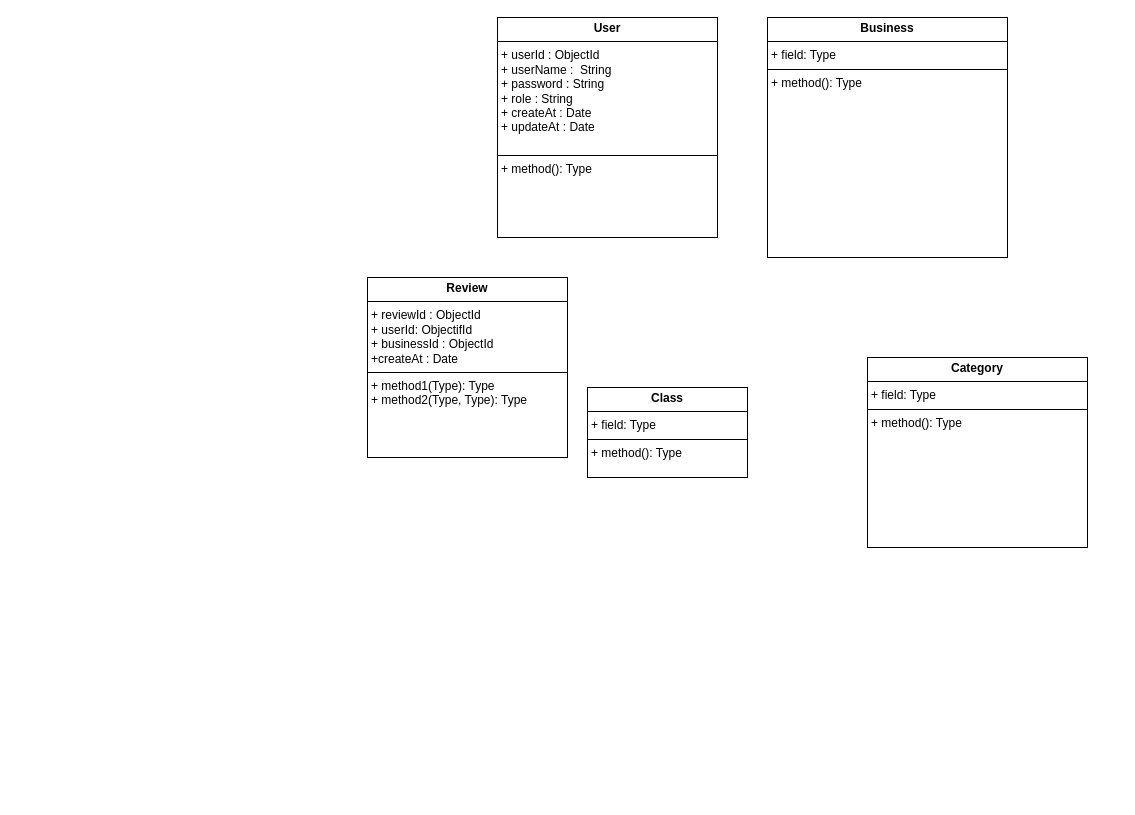
Before: Diagramme sans nom.drawio in Rahma3-sys/Searchgi, a draw.io diagram. Source tidied: cells renumbered, new cells numbered last; positions are measured from the earlier drawing's top-left corner, leaving out a move shared by most shapes. Both pictures are drawn from the tidied source at 100%, with x=0, y=0 at pixel (367, 17).
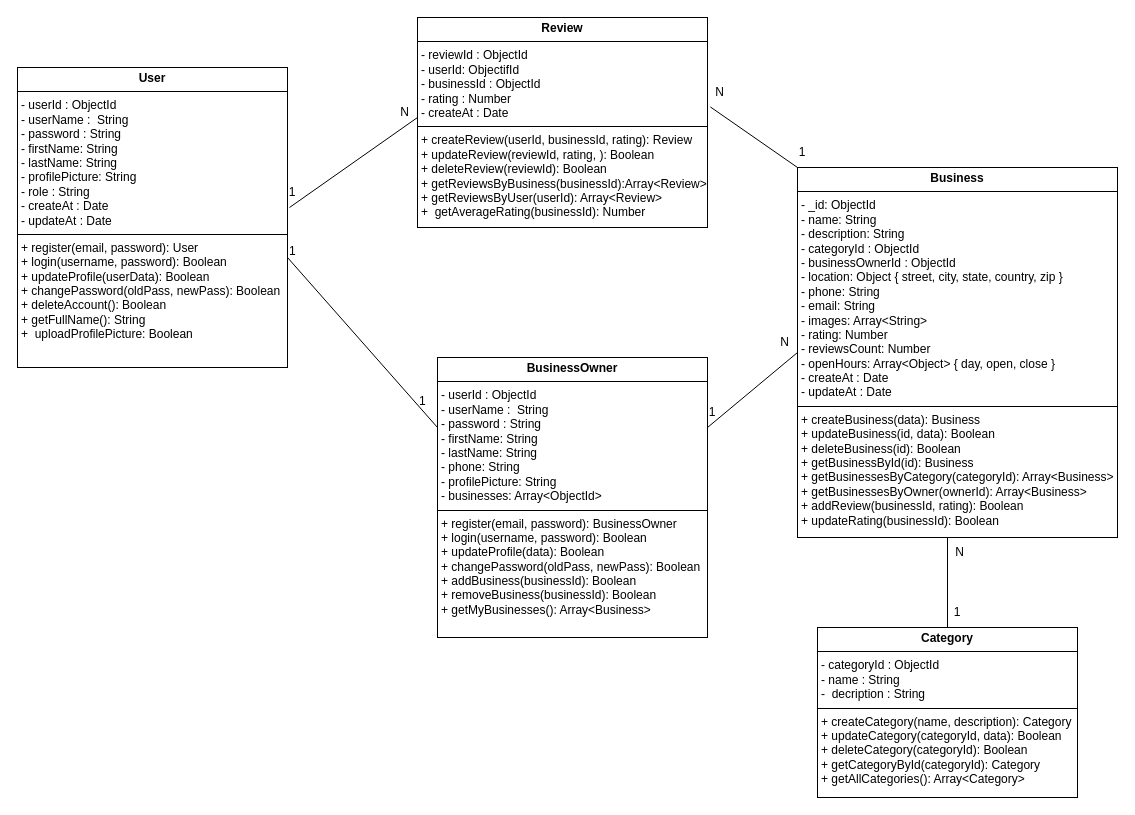
After the change.

What changed in the source:
```diff
@@
-    <mxCell id="2" value="&lt;p style=&quot;margin:0px;margin-top:4px;text-align:center;&quot;&gt;&lt;b&gt;Review&lt;/b&gt;&lt;/p&gt;&lt;hr size=&quot;1&quot; style=&quot;border-style:solid;&quot;&gt;&lt;p style=&quot;margin:0px;margin-left:4px;&quot;&gt;+ reviewId : ObjectId&lt;br&gt;+ userId:&amp;nbsp;&lt;span style=&quot;background-color: transparent; color: light-dark(rgb(0, 0, 0), rgb(255, 255, 255));&quot;&gt;ObjectifId&lt;/span&gt;&lt;/p&gt;&lt;p style=&quot;margin:0px;margin-left:4px;&quot;&gt;+ businessId : ObjectId&lt;/p&gt;&lt;p style=&quot;margin:0px;margin-left:4px;&quot;&gt;+createAt : Date&lt;/p&gt;&lt;hr size=&quot;1&quot; style=&quot;border-style:solid;&quot;&gt;&lt;p style=&quot;margin:0px;margin-left:4px;&quot;&gt;+ method1(Type): Type&lt;br&gt;+ method2(Type, Type): Type&lt;/p&gt;" style="verticalAlign=top;align=left;overflow=fill;html=1;whiteSpace=wrap;" parent="1" vertex="1">
-      <mxGeometry y="260" width="200" height="180" as="geometry" />
+    <mxCell id="2" value="&lt;p style=&quot;margin:0px;margin-top:4px;text-align:center;&quot;&gt;&lt;b&gt;Review&lt;/b&gt;&lt;/p&gt;&lt;hr size=&quot;1&quot; style=&quot;border-style:solid;&quot;&gt;&lt;p style=&quot;margin:0px;margin-left:4px;&quot;&gt;- reviewId : ObjectId&lt;br&gt;- userId:&amp;nbsp;&lt;span style=&quot;background-color: transparent; color: light-dark(rgb(0, 0, 0), rgb(255, 255, 255));&quot;&gt;ObjectifId&lt;/span&gt;&lt;/p&gt;&lt;p style=&quot;margin:0px;margin-left:4px;&quot;&gt;- businessId : ObjectId&lt;/p&gt;&lt;p style=&quot;margin:0px;margin-left:4px;&quot;&gt;- rating : Number&lt;/p&gt;&lt;p style=&quot;margin:0px;margin-left:4px;&quot;&gt;- createAt : Date&lt;/p&gt;&lt;hr size=&quot;1&quot; style=&quot;border-style:solid;&quot;&gt;&lt;p style=&quot;margin:0px;margin-left:4px;&quot;&gt;+&amp;nbsp;createReview(userId, businessId, rating): Review&lt;br&gt;+&amp;nbsp;updateReview(reviewId, rating, ): Boolean&lt;/p&gt;&lt;p style=&quot;margin:0px;margin-left:4px;&quot;&gt;+&amp;nbsp;deleteReview(reviewId): Boolean&amp;nbsp;&lt;/p&gt;&lt;p style=&quot;margin:0px;margin-left:4px;&quot;&gt;+&amp;nbsp;getReviewsByBusiness(businessId):Array&amp;lt;Review&amp;gt;&lt;/p&gt;&lt;p style=&quot;margin:0px;margin-left:4px;&quot;&gt;+&amp;nbsp;getReviewsByUser(userId): Array&amp;lt;Review&amp;gt;&amp;nbsp;&lt;/p&gt;&lt;p style=&quot;margin:0px;margin-left:4px;&quot;&gt;+&amp;nbsp;&amp;nbsp;getAverageRating(businessId): Number&amp;nbsp;&lt;/p&gt;" style="verticalAlign=top;align=left;overflow=fill;html=1;whiteSpace=wrap;" parent="1" vertex="1">
+      <mxGeometry x="50" width="290" height="210" as="geometry" />
     </mxCell>
-    <mxCell id="3" value="&lt;p style=&quot;margin:0px;margin-top:4px;text-align:center;&quot;&gt;&lt;b&gt;User&lt;/b&gt;&lt;/p&gt;&lt;hr size=&quot;1&quot; style=&quot;border-style:solid;&quot;&gt;&lt;p style=&quot;margin:0px;margin-left:4px;&quot;&gt;+ userId : ObjectId&lt;/p&gt;&lt;p style=&quot;margin:0px;margin-left:4px;&quot;&gt;+ userName :&amp;nbsp; String&lt;/p&gt;&lt;p style=&quot;margin:0px;margin-left:4px;&quot;&gt;+ password : String&amp;nbsp;&lt;/p&gt;&lt;p style=&quot;margin:0px;margin-left:4px;&quot;&gt;+ role : String&lt;/p&gt;&lt;p style=&quot;margin:0px;margin-left:4px;&quot;&gt;+ createAt : Date&lt;/p&gt;&lt;p style=&quot;margin:0px;margin-left:4px;&quot;&gt;+ updateAt : Date&lt;/p&gt;&lt;p style=&quot;margin:0px;margin-left:4px;&quot;&gt;&lt;br&gt;&lt;/p&gt;&lt;hr size=&quot;1&quot; style=&quot;border-style:solid;&quot;&gt;&lt;p style=&quot;margin:0px;margin-left:4px;&quot;&gt;+ method(): Type&lt;/p&gt;" style="verticalAlign=top;align=left;overflow=fill;html=1;whiteSpace=wrap;" parent="1" vertex="1">
-      <mxGeometry x="130" width="220" height="220" as="geometry" />
+    <mxCell id="3" value="&lt;p style=&quot;margin:0px;margin-top:4px;text-align:center;&quot;&gt;&lt;b&gt;User&lt;/b&gt;&lt;/p&gt;&lt;hr size=&quot;1&quot; style=&quot;border-style:solid;&quot;&gt;&lt;p style=&quot;margin:0px;margin-left:4px;&quot;&gt;- userId : ObjectId&lt;/p&gt;&lt;p style=&quot;margin:0px;margin-left:4px;&quot;&gt;- userName :&amp;nbsp; String&lt;/p&gt;&lt;p style=&quot;margin:0px;margin-left:4px;&quot;&gt;- password : String&amp;nbsp;&lt;/p&gt;&lt;p style=&quot;margin:0px;margin-left:4px;&quot;&gt;-&amp;nbsp;firstName: String&amp;nbsp;&amp;nbsp;&lt;/p&gt;&lt;p style=&quot;margin:0px;margin-left:4px;&quot;&gt;- lastName: String&amp;nbsp;&amp;nbsp;&lt;/p&gt;&lt;p style=&quot;margin:0px;margin-left:4px;&quot;&gt;- profilePicture: String&amp;nbsp;&lt;/p&gt;&lt;p style=&quot;margin:0px;margin-left:4px;&quot;&gt;- role : String&lt;/p&gt;&lt;p style=&quot;margin:0px;margin-left:4px;&quot;&gt;&lt;span style=&quot;background-color: transparent; color: light-dark(rgb(0, 0, 0), rgb(255, 255, 255));&quot;&gt;- createAt : Date&lt;/span&gt;&lt;/p&gt;&lt;p style=&quot;margin:0px;margin-left:4px;&quot;&gt;- updateAt : Date&lt;/p&gt;&lt;hr size=&quot;1&quot; style=&quot;border-style:solid;&quot;&gt;&lt;p style=&quot;margin:0px;margin-left:4px;&quot;&gt;+&amp;nbsp;register(email, password): User&amp;nbsp;&amp;nbsp;&lt;/p&gt;&lt;p style=&quot;margin:0px;margin-left:4px;&quot;&gt;+&amp;nbsp;login(username, password): Boolean&lt;/p&gt;&lt;p style=&quot;margin:0px;margin-left:4px;&quot;&gt;+&amp;nbsp;updateProfile(userData): Boolean&amp;nbsp;&lt;/p&gt;&lt;p style=&quot;margin:0px;margin-left:4px;&quot;&gt;+&amp;nbsp;changePassword(oldPass, newPass): Boolean&lt;/p&gt;&lt;p style=&quot;margin:0px;margin-left:4px;&quot;&gt;+&amp;nbsp;deleteAccount(): Boolean&amp;nbsp;&lt;/p&gt;&lt;p style=&quot;margin:0px;margin-left:4px;&quot;&gt;+&amp;nbsp;getFullName(): String&amp;nbsp;&lt;/p&gt;&lt;p style=&quot;margin:0px;margin-left:4px;&quot;&gt;+&amp;nbsp;&amp;nbsp;uploadProfilePicture: Boolean&lt;/p&gt;" style="verticalAlign=top;align=left;overflow=fill;html=1;whiteSpace=wrap;" parent="1" vertex="1">
+      <mxGeometry x="-350" y="50" width="270" height="300" as="geometry" />
     </mxCell>
-    <mxCell id="4" value="&lt;p style=&quot;margin:0px;margin-top:4px;text-align:center;&quot;&gt;&lt;b&gt;Category&lt;/b&gt;&lt;/p&gt;&lt;hr size=&quot;1&quot; style=&quot;border-style:solid;&quot;&gt;&lt;p style=&quot;margin:0px;margin-left:4px;&quot;&gt;+ field: Type&lt;/p&gt;&lt;hr size=&quot;1&quot; style=&quot;border-style:solid;&quot;&gt;&lt;p style=&quot;margin:0px;margin-left:4px;&quot;&gt;+ method(): Type&lt;/p&gt;" style="verticalAlign=top;align=left;overflow=fill;html=1;whiteSpace=wrap;" parent="1" vertex="1">
-      <mxGeometry x="500" y="340" width="220" height="190" as="geometry" />
+    <mxCell id="4" value="&lt;p style=&quot;margin:0px;margin-top:4px;text-align:center;&quot;&gt;&lt;b&gt;Category&lt;/b&gt;&lt;/p&gt;&lt;hr size=&quot;1&quot; style=&quot;border-style:solid;&quot;&gt;&lt;p style=&quot;margin:0px;margin-left:4px;&quot;&gt;- categoryId : ObjectId&lt;/p&gt;&lt;p style=&quot;margin:0px;margin-left:4px;&quot;&gt;- name : String&amp;nbsp;&lt;/p&gt;&lt;p style=&quot;margin:0px;margin-left:4px;&quot;&gt;-&amp;nbsp; decription : String&amp;nbsp;&lt;/p&gt;&lt;hr size=&quot;1&quot; style=&quot;border-style:solid;&quot;&gt;&lt;p style=&quot;margin:0px;margin-left:4px;&quot;&gt;+ createCategory(name, description): Category&lt;/p&gt;&lt;p style=&quot;margin:0px;margin-left:4px;&quot;&gt;+&amp;nbsp;updateCategory(categoryId, data): Boolean&lt;/p&gt;&lt;p style=&quot;margin:0px;margin-left:4px;&quot;&gt;+&amp;nbsp;deleteCategory(categoryId): Boolean&amp;nbsp;&lt;/p&gt;&lt;p style=&quot;margin:0px;margin-left:4px;&quot;&gt;+&amp;nbsp;getCategoryById(categoryId): Category&amp;nbsp;&lt;/p&gt;&lt;p style=&quot;margin:0px;margin-left:4px;&quot;&gt;+&amp;nbsp;getAllCategories(): Array&amp;lt;Category&amp;gt;&amp;nbsp;&lt;/p&gt;" style="verticalAlign=top;align=left;overflow=fill;html=1;whiteSpace=wrap;" parent="1" vertex="1">
+      <mxGeometry x="450" y="610" width="260" height="170" as="geometry" />
     </mxCell>
-    <mxCell id="5" value="&lt;p style=&quot;margin:0px;margin-top:4px;text-align:center;&quot;&gt;&lt;b&gt;Class&lt;/b&gt;&lt;/p&gt;&lt;hr size=&quot;1&quot; style=&quot;border-style:solid;&quot;/&gt;&lt;p style=&quot;margin:0px;margin-left:4px;&quot;&gt;+ field: Type&lt;/p&gt;&lt;hr size=&quot;1&quot; style=&quot;border-style:solid;&quot;/&gt;&lt;p style=&quot;margin:0px;margin-left:4px;&quot;&gt;+ method(): Type&lt;/p&gt;" style="verticalAlign=top;align=left;overflow=fill;html=1;whiteSpace=wrap;" parent="1" vertex="1">
-      <mxGeometry x="220" y="370" width="160" height="90" as="geometry" />
-    </mxCell>
-    <mxCell id="6" value="&lt;p style=&quot;margin:0px;margin-top:4px;text-align:center;&quot;&gt;&lt;b&gt;Business&lt;/b&gt;&lt;/p&gt;&lt;hr size=&quot;1&quot; style=&quot;border-style:solid;&quot;&gt;&lt;p style=&quot;margin:0px;margin-left:4px;&quot;&gt;+ field: Type&lt;/p&gt;&lt;hr size=&quot;1&quot; style=&quot;border-style:solid;&quot;&gt;&lt;p style=&quot;margin:0px;margin-left:4px;&quot;&gt;+ method(): Type&lt;/p&gt;" style="verticalAlign=top;align=left;overflow=fill;html=1;whiteSpace=wrap;" parent="1" vertex="1">
-      <mxGeometry x="400" width="240" height="240" as="geometry" />
+    <mxCell id="6" value="&lt;p style=&quot;margin:0px;margin-top:4px;text-align:center;&quot;&gt;&lt;b&gt;Business&lt;/b&gt;&lt;/p&gt;&lt;hr size=&quot;1&quot; style=&quot;border-style:solid;&quot;&gt;&lt;p style=&quot;margin:0px;margin-left:4px;&quot;&gt;-&amp;nbsp;&lt;span style=&quot;background-color: transparent; color: light-dark(rgb(0, 0, 0), rgb(255, 255, 255));&quot;&gt;_id: ObjectId&lt;/span&gt;&lt;/p&gt;&lt;p style=&quot;margin:0px;margin-left:4px;&quot;&gt;-&amp;nbsp;&lt;span style=&quot;background-color: transparent; color: light-dark(rgb(0, 0, 0), rgb(255, 255, 255));&quot;&gt;name: String&lt;/span&gt;&lt;/p&gt;&lt;p style=&quot;margin:0px;margin-left:4px;&quot;&gt;-&amp;nbsp;&lt;span style=&quot;background-color: transparent; color: light-dark(rgb(0, 0, 0), rgb(255, 255, 255));&quot;&gt;description: String&lt;/span&gt;&lt;/p&gt;&lt;p style=&quot;margin:0px;margin-left:4px;&quot;&gt;- categoryId : ObjectId&lt;/p&gt;&lt;p style=&quot;margin:0px;margin-left:4px;&quot;&gt;- businessOwnerId : ObjectId&lt;/p&gt;&lt;p style=&quot;margin:0px;margin-left:4px;&quot;&gt;-&amp;nbsp;&lt;span style=&quot;background-color: transparent; color: light-dark(rgb(0, 0, 0), rgb(255, 255, 255));&quot;&gt;location: Object { street, city, state, country, zip }&lt;/span&gt;&lt;/p&gt;&lt;p style=&quot;margin:0px;margin-left:4px;&quot;&gt;-&amp;nbsp;&lt;span style=&quot;background-color: transparent; color: light-dark(rgb(0, 0, 0), rgb(255, 255, 255));&quot;&gt;phone: String&lt;/span&gt;&lt;/p&gt;&lt;p style=&quot;margin:0px;margin-left:4px;&quot;&gt;-&amp;nbsp;&lt;span style=&quot;background-color: transparent; color: light-dark(rgb(0, 0, 0), rgb(255, 255, 255));&quot;&gt;email: String&lt;/span&gt;&lt;/p&gt;&lt;p style=&quot;margin:0px;margin-left:4px;&quot;&gt;-&amp;nbsp;&lt;span style=&quot;background-color: transparent; color: light-dark(rgb(0, 0, 0), rgb(255, 255, 255));&quot;&gt;images: Array&amp;lt;String&amp;gt;&lt;/span&gt;&lt;/p&gt;&lt;p style=&quot;margin:0px;margin-left:4px;&quot;&gt;&lt;span style=&quot;background-color: transparent; color: light-dark(rgb(0, 0, 0), rgb(255, 255, 255));&quot;&gt;-&amp;nbsp;&lt;/span&gt;&lt;span style=&quot;background-color: transparent; color: light-dark(rgb(0, 0, 0), rgb(255, 255, 255));&quot;&gt;rating: Number&lt;/span&gt;&lt;/p&gt;&lt;p style=&quot;margin:0px;margin-left:4px;&quot;&gt;&lt;span style=&quot;background-color: transparent; color: light-dark(rgb(0, 0, 0), rgb(255, 255, 255));&quot;&gt;-&amp;nbsp;&lt;/span&gt;&lt;span style=&quot;background-color: transparent; color: light-dark(rgb(0, 0, 0), rgb(255, 255, 255));&quot;&gt;reviewsCount: Number&lt;/span&gt;&lt;/p&gt;&lt;p style=&quot;margin:0px;margin-left:4px;&quot;&gt;&lt;span style=&quot;background-color: transparent; color: light-dark(rgb(0, 0, 0), rgb(255, 255, 255));&quot;&gt;-&amp;nbsp;&lt;/span&gt;&lt;span style=&quot;background-color: transparent; color: light-dark(rgb(0, 0, 0), rgb(255, 255, 255));&quot;&gt;openHours: Array&amp;lt;Object&amp;gt; { day, open, close }&lt;/span&gt;&lt;/p&gt;&lt;p style=&quot;margin:0px;margin-left:4px;&quot;&gt;&lt;span style=&quot;background-color: transparent; color: light-dark(rgb(0, 0, 0), rgb(255, 255, 255));&quot;&gt;- createAt : Date&lt;/span&gt;&lt;/p&gt;&lt;p style=&quot;margin:0px;margin-left:4px;&quot;&gt;- updateAt : Date&lt;/p&gt;&lt;hr size=&quot;1&quot; style=&quot;border-style:solid;&quot;&gt;&lt;p style=&quot;margin:0px;margin-left:4px;&quot;&gt;+ createBusiness(data): Business&amp;nbsp;&amp;nbsp;&lt;/p&gt;&lt;p style=&quot;margin:0px;margin-left:4px;&quot;&gt;+&lt;span style=&quot;background-color: transparent; color: light-dark(rgb(0, 0, 0), rgb(255, 255, 255));&quot;&gt;&amp;nbsp;updateBusiness(id, data): Boolean&amp;nbsp;&lt;/span&gt;&lt;/p&gt;&lt;p style=&quot;margin:0px;margin-left:4px;&quot;&gt;&lt;span style=&quot;background-color: transparent; color: light-dark(rgb(0, 0, 0), rgb(255, 255, 255));&quot;&gt;+ deleteBusiness(id): Boolean&amp;nbsp;&lt;/span&gt;&lt;/p&gt;&lt;p style=&quot;margin:0px;margin-left:4px;&quot;&gt;&lt;span style=&quot;background-color: transparent; color: light-dark(rgb(0, 0, 0), rgb(255, 255, 255));&quot;&gt;+ getBusinessById(id): Business&amp;nbsp;&lt;/span&gt;&lt;/p&gt;&lt;p style=&quot;margin:0px;margin-left:4px;&quot;&gt;&lt;span style=&quot;background-color: transparent; color: light-dark(rgb(0, 0, 0), rgb(255, 255, 255));&quot;&gt;+ getBusinessesByCategory(categoryId): Array&lt;/span&gt;&lt;span style=&quot;background-color: transparent;&quot;&gt;&amp;lt;Business&amp;gt;&amp;nbsp;&lt;/span&gt;&lt;/p&gt;&lt;p style=&quot;margin:0px;margin-left:4px;&quot;&gt;+ getBusinessesByOwner(ownerId): Array&amp;lt;Business&amp;gt;&amp;nbsp;&lt;/p&gt;&lt;p style=&quot;margin:0px;margin-left:4px;&quot;&gt;&lt;span style=&quot;background-color: transparent; color: light-dark(rgb(0, 0, 0), rgb(255, 255, 255));&quot;&gt;+ addReview(businessId, rating): Boolean&amp;nbsp;&lt;/span&gt;&lt;/p&gt;&lt;p style=&quot;margin:0px;margin-left:4px;&quot;&gt;&lt;span style=&quot;background-color: transparent; color: light-dark(rgb(0, 0, 0), rgb(255, 255, 255));&quot;&gt;+ updateRating(businessId): Boolean&lt;/span&gt;&lt;/p&gt;" style="verticalAlign=top;align=left;overflow=fill;html=1;whiteSpace=wrap;" parent="1" vertex="1">
+      <mxGeometry x="430" y="150" width="320" height="370" as="geometry" />
     </mxCell>
+    <mxCell id="7" style="endArrow=none;html=1;rounded=0;exitX=1.01;exitY=0.426;exitDx=0;exitDy=0;exitPerimeter=0;entryX=0;entryY=0;entryDx=0;entryDy=0;" parent="1" edge="1" source="2" target="6">
+      <mxGeometry relative="1" as="geometry" />
+    </mxCell>
+    <mxCell id="8" style="endArrow=none;html=1;rounded=0;" parent="1" edge="1">
+      <mxGeometry relative="1" as="geometry">
+        <mxPoint x="-78" y="190" as="sourcePoint" />
+        <mxPoint x="50" y="105" as="targetPoint" />
+        <Array as="points">
+          <mxPoint x="50" y="100" />
+        </Array>
+      </mxGeometry>
+    </mxCell>
+    <mxCell id="9" style="endArrow=none;html=1;rounded=0;entryX=0.314;entryY=1.009;entryDx=0;entryDy=0;entryPerimeter=0;exitX=0;exitY=0.25;exitDx=0;exitDy=0;" parent="1" edge="1" source="10">
+      <mxGeometry relative="1" as="geometry">
+        <mxPoint x="-80" y="240" as="targetPoint" />
+      </mxGeometry>
+    </mxCell>
+    <mxCell id="10" value="&lt;p style=&quot;margin:0px;margin-top:4px;text-align:center;&quot;&gt;&lt;b&gt;BusinessOwner&lt;/b&gt;&lt;/p&gt;&lt;hr size=&quot;1&quot; style=&quot;border-style:solid;&quot;&gt;&lt;p style=&quot;margin:0px;margin-left:4px;&quot;&gt;- userId : ObjectId&lt;/p&gt;&lt;p style=&quot;margin: 0px 0px 0px 4px;&quot;&gt;- userName :&amp;nbsp; String&lt;/p&gt;&lt;p style=&quot;margin: 0px 0px 0px 4px;&quot;&gt;- password : String&amp;nbsp;&lt;/p&gt;&lt;p style=&quot;margin: 0px 0px 0px 4px;&quot;&gt;-&amp;nbsp;firstName: String&amp;nbsp;&amp;nbsp;&lt;/p&gt;&lt;p style=&quot;margin: 0px 0px 0px 4px;&quot;&gt;- lastName: String&amp;nbsp;&amp;nbsp;&lt;/p&gt;&lt;p style=&quot;margin: 0px 0px 0px 4px;&quot;&gt;-&amp;nbsp;phone: String&lt;/p&gt;&lt;p style=&quot;margin: 0px 0px 0px 4px;&quot;&gt;- profilePicture: String&amp;nbsp;&lt;/p&gt;&lt;p style=&quot;margin: 0px 0px 0px 4px;&quot;&gt;-&amp;nbsp;businesses: Array&amp;lt;ObjectId&amp;gt;&lt;/p&gt;&lt;hr size=&quot;1&quot; style=&quot;border-style:solid;&quot;&gt;&lt;p style=&quot;margin:0px;margin-left:4px;&quot;&gt;+ r&lt;span style=&quot;background-color: transparent; color: light-dark(rgb(0, 0, 0), rgb(255, 255, 255));&quot;&gt;egister(email, password): BusinessOwner&lt;/span&gt;&lt;/p&gt;&lt;p style=&quot;margin:0px;margin-left:4px;&quot;&gt;&lt;span style=&quot;background-color: transparent; color: light-dark(rgb(0, 0, 0), rgb(255, 255, 255));&quot;&gt;+ login(username, password): Boolean&amp;nbsp;&lt;/span&gt;&lt;/p&gt;&lt;p style=&quot;margin:0px;margin-left:4px;&quot;&gt;&lt;span style=&quot;background-color: transparent; color: light-dark(rgb(0, 0, 0), rgb(255, 255, 255));&quot;&gt;+&amp;nbsp;&lt;/span&gt;&lt;span style=&quot;background-color: transparent; color: light-dark(rgb(0, 0, 0), rgb(255, 255, 255));&quot;&gt;updateProfile(data): Boolean&amp;nbsp;&lt;/span&gt;&lt;/p&gt;&lt;p style=&quot;margin:0px;margin-left:4px;&quot;&gt;&lt;span style=&quot;background-color: transparent; color: light-dark(rgb(0, 0, 0), rgb(255, 255, 255));&quot;&gt;+&amp;nbsp;&lt;/span&gt;&lt;span style=&quot;background-color: transparent; color: light-dark(rgb(0, 0, 0), rgb(255, 255, 255));&quot;&gt;changePassword(oldPass, newPass): Boolean&amp;nbsp;&lt;/span&gt;&lt;/p&gt;&lt;p style=&quot;margin:0px;margin-left:4px;&quot;&gt;&lt;span style=&quot;background-color: transparent; color: light-dark(rgb(0, 0, 0), rgb(255, 255, 255));&quot;&gt;+&amp;nbsp;&lt;/span&gt;&lt;span style=&quot;background-color: transparent; color: light-dark(rgb(0, 0, 0), rgb(255, 255, 255));&quot;&gt;addBusiness(businessId): Boolean&amp;nbsp;&lt;/span&gt;&lt;/p&gt;&lt;p style=&quot;margin:0px;margin-left:4px;&quot;&gt;&lt;span style=&quot;background-color: transparent; color: light-dark(rgb(0, 0, 0), rgb(255, 255, 255));&quot;&gt;+&amp;nbsp;&lt;/span&gt;&lt;span style=&quot;background-color: transparent; color: light-dark(rgb(0, 0, 0), rgb(255, 255, 255));&quot;&gt;removeBusiness(businessId): Boolean&lt;/span&gt;&lt;/p&gt;&lt;p style=&quot;margin:0px;margin-left:4px;&quot;&gt;&lt;span style=&quot;background-color: transparent; color: light-dark(rgb(0, 0, 0), rgb(255, 255, 255));&quot;&gt;+&amp;nbsp;&lt;/span&gt;&lt;span style=&quot;background-color: transparent; color: light-dark(rgb(0, 0, 0), rgb(255, 255, 255));&quot;&gt;getMyBusinesses(): Array&amp;lt;Business&amp;gt;&amp;nbsp;&amp;nbsp;&lt;/span&gt;&lt;/p&gt;&lt;div&gt;&lt;span style=&quot;background-color: transparent; color: light-dark(rgb(0, 0, 0), rgb(255, 255, 255));&quot;&gt;&lt;br&gt;&lt;/span&gt;&lt;/div&gt;&lt;div&gt;&lt;span style=&quot;background-color: transparent; color: light-dark(rgb(0, 0, 0), rgb(255, 255, 255));&quot;&gt;&lt;br&gt;&lt;/span&gt;&lt;/div&gt;&lt;p style=&quot;margin:0px;margin-left:4px;&quot;&gt;&lt;span style=&quot;background-color: transparent; color: light-dark(rgb(0, 0, 0), rgb(255, 255, 255));&quot;&gt;&amp;nbsp;&lt;/span&gt;&lt;/p&gt;&lt;p style=&quot;margin:0px;margin-left:4px;&quot;&gt;&lt;span style=&quot;background-color: transparent; color: light-dark(rgb(0, 0, 0), rgb(255, 255, 255));&quot;&gt;&lt;br&gt;&lt;/span&gt;&lt;/p&gt;" style="verticalAlign=top;align=left;overflow=fill;html=1;whiteSpace=wrap;" parent="1" vertex="1">
+      <mxGeometry x="70" y="340" width="270" height="280" as="geometry" />
+    </mxCell>
+    <mxCell id="11" style="endArrow=none;html=1;rounded=0;exitX=0.5;exitY=0;exitDx=0;exitDy=0;" parent="1" edge="1">
+      <mxGeometry relative="1" as="geometry">
+        <mxPoint x="575" y="520" as="sourcePoint" />
+        <mxPoint x="579.3" y="520" as="targetPoint" />
+      </mxGeometry>
+    </mxCell>
+    <mxCell id="12" style="endArrow=none;html=1;rounded=0;exitX=1;exitY=0.25;exitDx=0;exitDy=0;entryX=0;entryY=0.5;entryDx=0;entryDy=0;" parent="1" edge="1" source="10" target="6">
+      <mxGeometry relative="1" as="geometry" />
+    </mxCell>
+    <mxCell id="13" value="1" style="text;html=1;align=center;verticalAlign=middle;whiteSpace=wrap;rounded=0;" parent="1" vertex="1">
+      <mxGeometry x="575" y="580" width="30" height="30" as="geometry" />
+    </mxCell>
+    <mxCell id="14" style="endArrow=none;html=1;rounded=0;exitX=0.5;exitY=0;exitDx=0;exitDy=0;" parent="1" edge="1" source="4">
+      <mxGeometry relative="1" as="geometry">
+        <mxPoint x="580" y="520" as="targetPoint" />
+      </mxGeometry>
+    </mxCell>
+    <mxCell id="15" value="N" style="text;html=1;align=center;verticalAlign=middle;whiteSpace=wrap;rounded=0;" parent="1" vertex="1">
+      <mxGeometry x="580" y="520" width="25" height="30" as="geometry" />
+    </mxCell>
+    <mxCell id="16" value="N" style="text;html=1;align=center;verticalAlign=middle;whiteSpace=wrap;rounded=0;" parent="1" vertex="1">
+      <mxGeometry x="25" y="80" width="25" height="30" as="geometry" />
+    </mxCell>
+    <mxCell id="17" value="N" style="text;html=1;align=center;verticalAlign=middle;whiteSpace=wrap;rounded=0;" parent="1" vertex="1">
+      <mxGeometry x="340" y="60" width="25" height="30" as="geometry" />
+    </mxCell>
+    <mxCell id="18" value="N" style="text;html=1;align=center;verticalAlign=middle;whiteSpace=wrap;rounded=0;" parent="1" vertex="1">
+      <mxGeometry x="405" y="310" width="25" height="30" as="geometry" />
+    </mxCell>
+    <mxCell id="19" value="1" style="text;html=1;align=center;verticalAlign=middle;whiteSpace=wrap;rounded=0;" parent="1" vertex="1">
+      <mxGeometry x="330" y="380" width="30" height="30" as="geometry" />
+    </mxCell>
+    <mxCell id="20" value="1" style="text;html=1;align=center;verticalAlign=middle;whiteSpace=wrap;rounded=0;" parent="1" vertex="1">
+      <mxGeometry x="-90" y="160" width="30" height="30" as="geometry" />
+    </mxCell>
+    <mxCell id="21" value="1" style="text;html=1;align=center;verticalAlign=middle;whiteSpace=wrap;rounded=0;" parent="1" vertex="1">
+      <mxGeometry x="420" y="120" width="30" height="30" as="geometry" />
+    </mxCell>
+    <mxCell id="22" value="1" style="text;whiteSpace=wrap;html=1;" parent="1" vertex="1">
+      <mxGeometry x="-80" y="220" width="20" height="30" as="geometry" />
+    </mxCell>
+    <mxCell id="23" value="1" style="text;whiteSpace=wrap;html=1;" parent="1" vertex="1">
+      <mxGeometry x="50" y="370" width="20" height="30" as="geometry" />
+    </mxCell>
```
